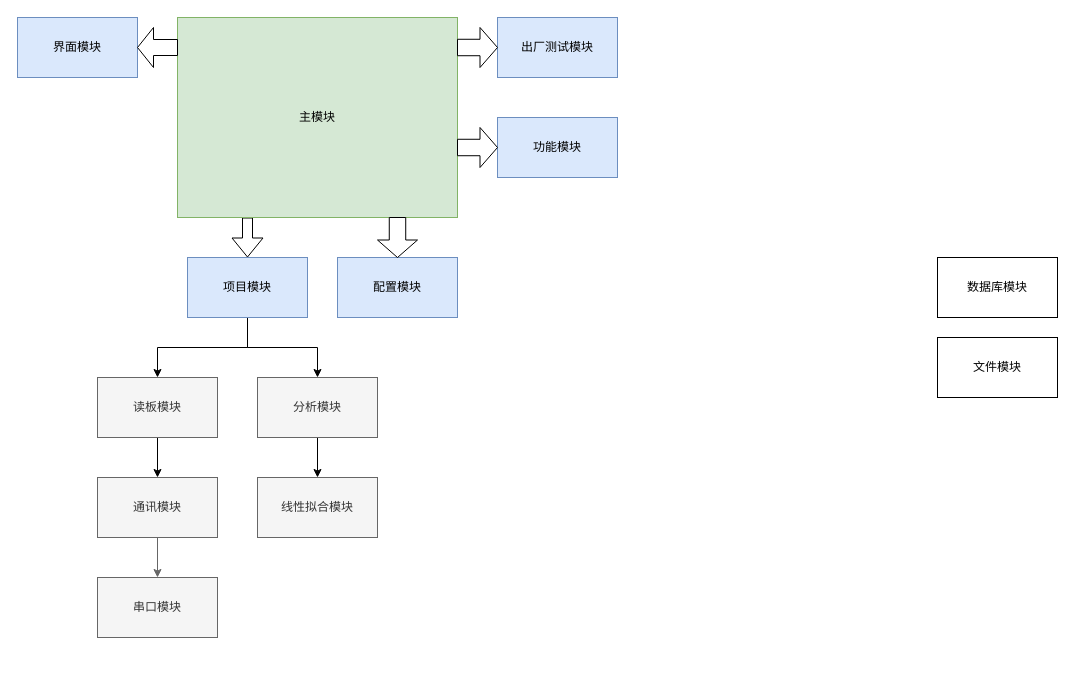
Before: microplate_reader_software/diagram.drawio in AngLoong/study_workspaces, a draw.io diagram. Source tidied: cells renumbered, new cells numbered last; positions are measured from the earlier drawing's top-left corner, leaving out a move shared by most shapes. Both pictures are drawn from the tidied source at 100%, with x=0, y=0 at pixel (17, 17).
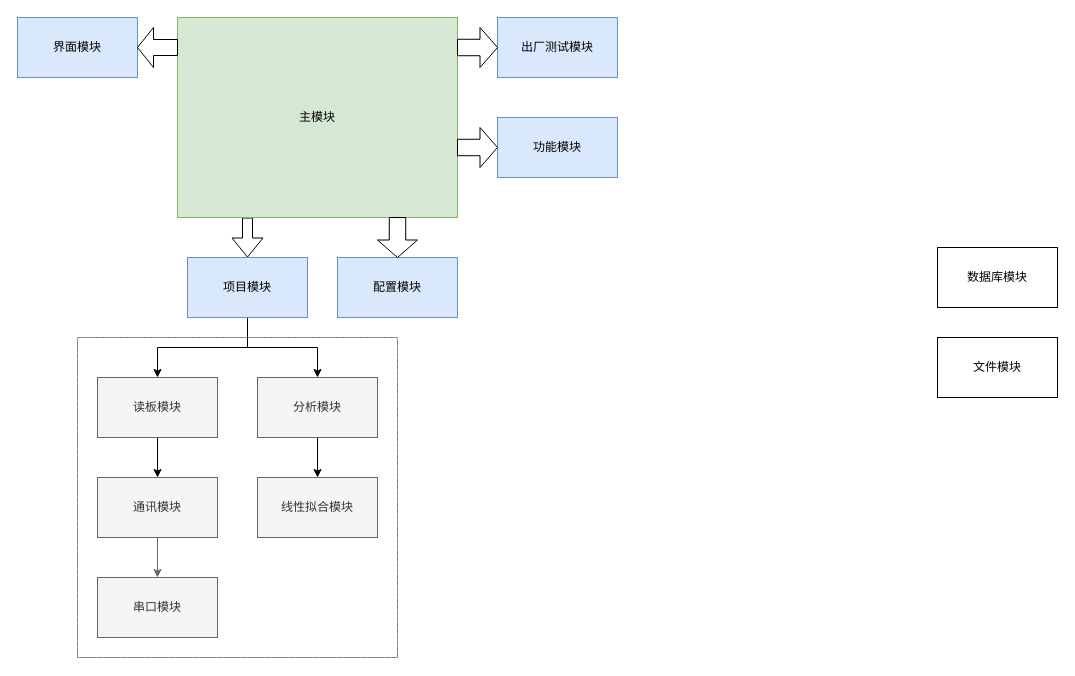
Above is the later version.

Commit message (it also covers changes not shown here):
v1.31.1 2021/09/16 11:25 - communication中删除了门状态的属性。 - 修改了导图文件。

What changed in the source:
```diff
@@
-    <mxCell id="5" value="分析模块" style="rounded=0;whiteSpace=wrap;html=1;sketch=0;fillColor=#f5f5f5;strokeColor=#666666;fontColor=#333333;" parent="1" vertex="1">
+    <mxCell id="5" value="分析模块" style="rounded=0;whiteSpace=wrap;html=1;sketch=0;fillColor=#f5f5f5;strokeColor=#666666;fontColor=#333333;glass=0;" parent="1" vertex="1">
       <mxGeometry x="240" y="360" width="120" height="60" as="geometry" />
     </mxCell>
@@
     <mxCell id="7" value="数据库模块" style="rounded=0;whiteSpace=wrap;html=1;sketch=0;" parent="1" vertex="1">
-      <mxGeometry x="920" y="240" width="120" height="60" as="geometry" />
+      <mxGeometry x="920" y="230" width="120" height="60" as="geometry" />
     </mxCell>
@@
+    <mxCell id="25" style="group;dashed=1;opacity=40;strokeColor=#EA6B66;" parent="1" vertex="1">
+      <mxGeometry x="60" y="320" width="320" height="320" as="geometry" />
+    </mxCell>
+    <mxCell id="26" style="endArrow=none;html=1;opacity=40;" parent="25" edge="1">
+      <mxGeometry relative="1" as="geometry">
+        <mxPoint as="sourcePoint" />
+        <mxPoint x="320" as="targetPoint" />
+      </mxGeometry>
+    </mxCell>
+    <mxCell id="27" style="endArrow=none;html=1;opacity=40;" parent="25" edge="1">
+      <mxGeometry relative="1" as="geometry">
+        <mxPoint y="320" as="sourcePoint" />
+        <mxPoint y="1" as="targetPoint" />
+      </mxGeometry>
+    </mxCell>
+    <mxCell id="28" style="endArrow=none;html=1;opacity=40;" parent="25" edge="1">
+      <mxGeometry relative="1" as="geometry">
+        <mxPoint x="320" y="320" as="sourcePoint" />
+        <mxPoint x="320" y="1" as="targetPoint" />
+      </mxGeometry>
+    </mxCell>
+    <mxCell id="29" style="endArrow=none;html=1;opacity=40;" parent="25" edge="1">
+      <mxGeometry relative="1" as="geometry">
+        <mxPoint y="320" as="sourcePoint" />
+        <mxPoint x="320" y="320" as="targetPoint" />
+      </mxGeometry>
+    </mxCell>
```
